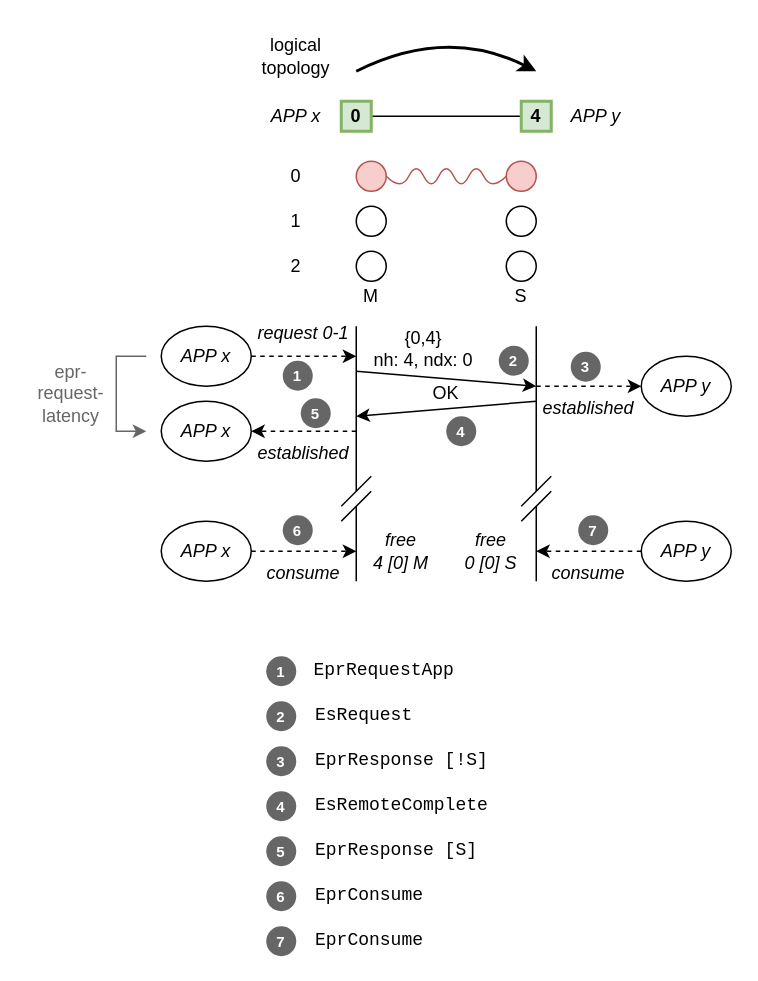
ccicconetti/qnet_sim keeps this draw.io diagram as page "es_one_hop" (4 of 5) of docs/diagrams.drawio. Above is the earlier version. Source tidied: cells renumbered, new cells numbered last; positions are measured from the earlier drawing's top-left corner, leaving out a move shared by most shapes. Both pictures are drawn from the tidied source at 150%, with x=0, y=0 at pixel (26, 26).
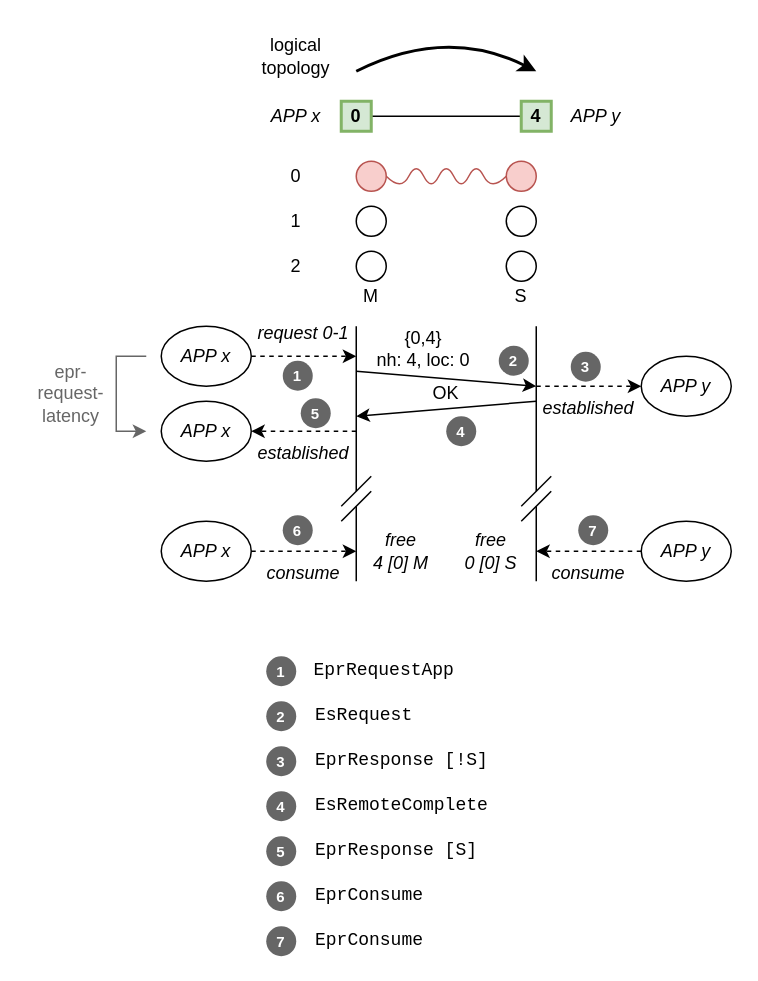
After the change.

The edit, as a diff of the source:
```diff
@@
-    <mxCell id="21" value="{0,4}&lt;br&gt;nh: 4, ndx: 0" style="text;html=1;strokeColor=none;fillColor=none;align=center;verticalAlign=middle;whiteSpace=wrap;rounded=0;" parent="1" vertex="1">
+    <mxCell id="21" value="{0,4}&lt;br&gt;nh: 4, loc: 0" style="text;html=1;strokeColor=none;fillColor=none;align=center;verticalAlign=middle;whiteSpace=wrap;rounded=0;" parent="1" vertex="1">
       <mxGeometry x="220" y="200" width="90" height="30" as="geometry" />
     </mxCell>
```
